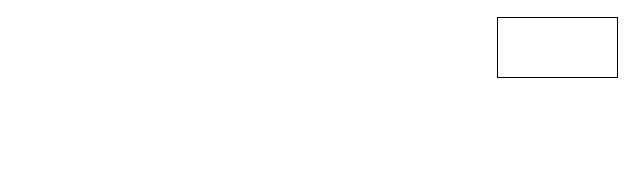
Above: Untitled Diagram.drawio in khanermi/foot-matcher (draw.io), before the change. Source tidied: cells renumbered, new cells numbered last; positions are measured from the earlier drawing's top-left corner, leaving out a move shared by most shapes. Both pictures are drawn from the tidied source at 100%, with x=0, y=0 at pixel (497, 17).
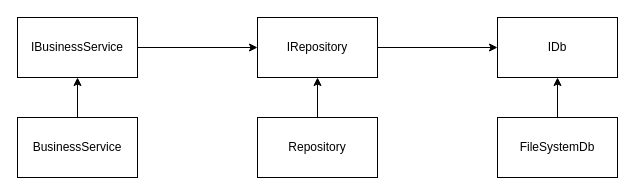
The same diagram, later.

The edit, as a diff of the source:
```diff
@@
 <mxGraphModel>
   <root>
     <mxCell id="0" />
     <mxCell id="1" parent="0" />
-    <mxCell id="2" style="rounded=0;whiteSpace=wrap;html=1;" parent="1" vertex="1">
+    <mxCell id="2" value="IDb" style="rounded=0;whiteSpace=wrap;html=1;" parent="1" vertex="1">
       <mxGeometry width="120" height="60" as="geometry" />
     </mxCell>
+    <mxCell id="3" style="edgeStyle=orthogonalEdgeStyle;rounded=0;jettySize=auto;html=1;" parent="1" edge="1" source="4" target="2">
+      <mxGeometry relative="1" as="geometry" />
+    </mxCell>
+    <mxCell id="4" value="FileSystemDb" style="rounded=0;whiteSpace=wrap;html=1;" parent="1" vertex="1">
+      <mxGeometry y="100" width="120" height="60" as="geometry" />
+    </mxCell>
+    <mxCell id="5" style="edgeStyle=orthogonalEdgeStyle;rounded=0;jettySize=auto;html=1;entryX=0;entryY=0.5;entryDx=0;entryDy=0;" parent="1" edge="1" source="6" target="2">
+      <mxGeometry relative="1" as="geometry" />
+    </mxCell>
+    <mxCell id="6" value="IRepository" style="rounded=0;whiteSpace=wrap;html=1;" parent="1" vertex="1">
+      <mxGeometry x="-240" width="120" height="60" as="geometry" />
+    </mxCell>
+    <mxCell id="7" style="edgeStyle=orthogonalEdgeStyle;rounded=0;jettySize=auto;html=1;entryX=0.5;entryY=1;entryDx=0;entryDy=0;" parent="1" edge="1" source="8" target="6">
+      <mxGeometry relative="1" as="geometry" />
+    </mxCell>
+    <mxCell id="8" value="Repository" style="rounded=0;whiteSpace=wrap;html=1;" parent="1" vertex="1">
+      <mxGeometry x="-240" y="100" width="120" height="60" as="geometry" />
+    </mxCell>
+    <mxCell id="9" style="edgeStyle=orthogonalEdgeStyle;rounded=0;jettySize=auto;html=1;" parent="1" edge="1" source="10" target="6">
+      <mxGeometry relative="1" as="geometry" />
+    </mxCell>
+    <mxCell id="10" value="IBusinessService" style="rounded=0;whiteSpace=wrap;html=1;" parent="1" vertex="1">
+      <mxGeometry x="-480" width="120" height="60" as="geometry" />
+    </mxCell>
+    <mxCell id="11" style="edgeStyle=orthogonalEdgeStyle;rounded=0;jettySize=auto;html=1;" parent="1" edge="1" source="12" target="10">
+      <mxGeometry relative="1" as="geometry" />
+    </mxCell>
+    <mxCell id="12" value="BusinessService" style="rounded=0;whiteSpace=wrap;html=1;" parent="1" vertex="1">
+      <mxGeometry x="-480" y="100" width="120" height="60" as="geometry" />
+    </mxCell>
   </root>
 </mxGraphModel>
```
